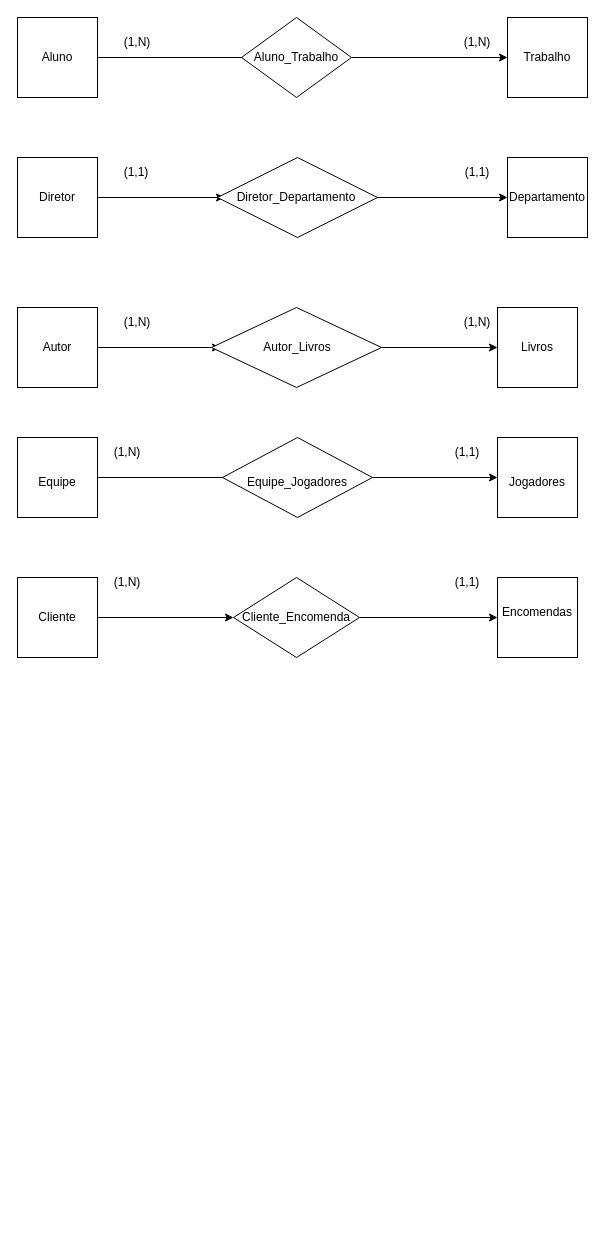
The draw.io diagram Diagrama sem nome.drawio in LittleLucas155/BancoDeDados, before the edit. Source tidied: cells renumbered, new cells numbered last; positions are measured from the earlier drawing's top-left corner, leaving out a move shared by most shapes. Both pictures are drawn from the tidied source at 100%, with x=0, y=0 at pixel (17, 17).
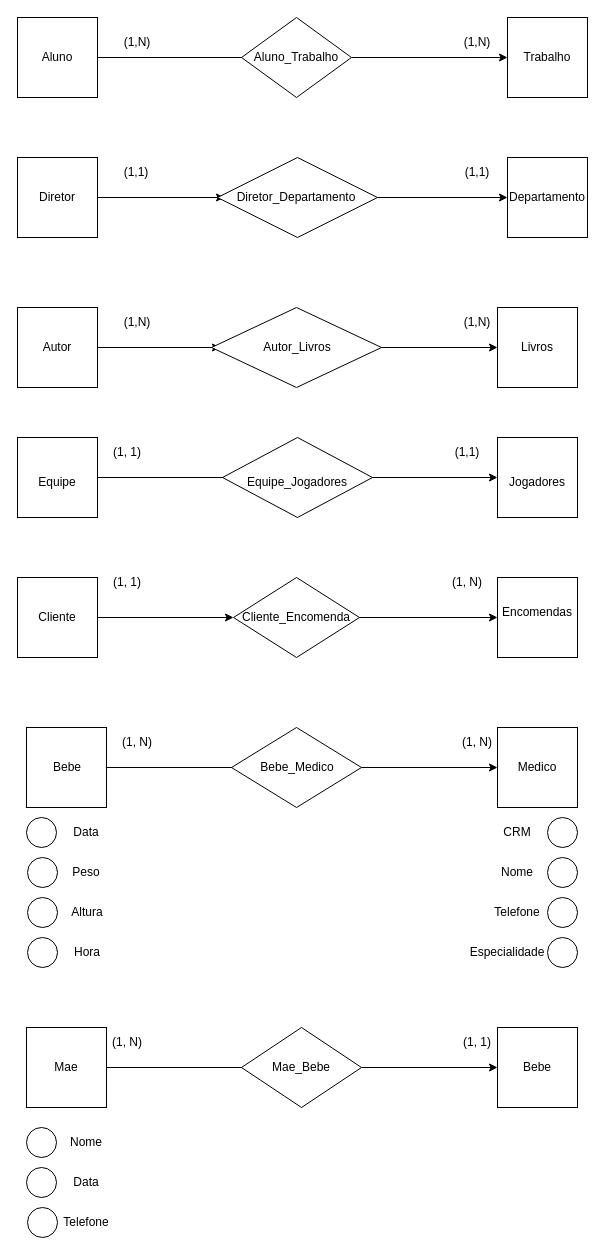
The same diagram, later.

What changed in the source:
```diff
@@
-    <mxCell id="47" value="(1,N)" style="text;html=1;strokeColor=none;fillColor=none;align=center;verticalAlign=middle;whiteSpace=wrap;rounded=0;" parent="1" vertex="1">
+    <mxCell id="47" value="(1, 1)" style="text;html=1;strokeColor=none;fillColor=none;align=center;verticalAlign=middle;whiteSpace=wrap;rounded=0;" parent="1" vertex="1">
       <mxGeometry x="80" y="420" width="60" height="30" as="geometry" />
     </mxCell>
-    <mxCell id="48" value="(1,N)" style="text;html=1;strokeColor=none;fillColor=none;align=center;verticalAlign=middle;whiteSpace=wrap;rounded=0;" parent="1" vertex="1">
+    <mxCell id="48" value="(1, 1)" style="text;html=1;strokeColor=none;fillColor=none;align=center;verticalAlign=middle;whiteSpace=wrap;rounded=0;" parent="1" vertex="1">
       <mxGeometry x="80" y="550" width="60" height="30" as="geometry" />
     </mxCell>
-    <mxCell id="49" value="(1,1)" style="text;html=1;strokeColor=none;fillColor=none;align=center;verticalAlign=middle;whiteSpace=wrap;rounded=0;" parent="1" vertex="1">
+    <mxCell id="49" value="(1, N)" style="text;html=1;strokeColor=none;fillColor=none;align=center;verticalAlign=middle;whiteSpace=wrap;rounded=0;" parent="1" vertex="1">
       <mxGeometry x="420" y="550" width="60" height="30" as="geometry" />
     </mxCell>
+    <mxCell id="50" style="edgeStyle=orthogonalEdgeStyle;rounded=0;jettySize=auto;html=1;exitX=1;exitY=0.5;exitDx=0;exitDy=0;entryX=0.123;entryY=0.5;entryDx=0;entryDy=0;entryPerimeter=0;" parent="1" edge="1" source="51" target="67">
+      <mxGeometry relative="1" as="geometry" />
+    </mxCell>
+    <mxCell id="51" style="whiteSpace=wrap;html=1;" parent="1" vertex="1">
+      <mxGeometry x="9" y="710" width="80" height="80" as="geometry" />
+    </mxCell>
+    <mxCell id="52" value="Bebe" style="text;html=1;strokeColor=none;fillColor=none;align=center;verticalAlign=middle;whiteSpace=wrap;rounded=0;" parent="1" vertex="1">
+      <mxGeometry x="20" y="735" width="60" height="30" as="geometry" />
+    </mxCell>
+    <mxCell id="53" style="edgeStyle=orthogonalEdgeStyle;rounded=0;jettySize=auto;html=1;exitX=1;exitY=0.5;exitDx=0;exitDy=0;entryX=0.133;entryY=0.5;entryDx=0;entryDy=0;entryPerimeter=0;" parent="1" edge="1" source="54" target="79">
+      <mxGeometry relative="1" as="geometry" />
+    </mxCell>
+    <mxCell id="54" style="whiteSpace=wrap;html=1;" parent="1" vertex="1">
+      <mxGeometry x="9" y="1010" width="80" height="80" as="geometry" />
+    </mxCell>
+    <mxCell id="55" value="Mae" style="text;html=1;strokeColor=none;fillColor=none;align=center;verticalAlign=middle;whiteSpace=wrap;rounded=0;" parent="1" vertex="1">
+      <mxGeometry x="19" y="1035" width="60" height="30" as="geometry" />
+    </mxCell>
+    <mxCell id="56" style="whiteSpace=wrap;html=1;" parent="1" vertex="1">
+      <mxGeometry x="480" y="710" width="80" height="80" as="geometry" />
+    </mxCell>
+    <mxCell id="57" value="Medico" style="text;html=1;strokeColor=none;fillColor=none;align=center;verticalAlign=middle;whiteSpace=wrap;rounded=0;" parent="1" vertex="1">
+      <mxGeometry x="490" y="735" width="60" height="30" as="geometry" />
+    </mxCell>
+    <mxCell id="58" style="ellipse;whiteSpace=wrap;html=1;" parent="1" vertex="1">
+      <mxGeometry x="9" y="800" width="30" height="30" as="geometry" />
+    </mxCell>
+    <mxCell id="59" style="ellipse;whiteSpace=wrap;html=1;" parent="1" vertex="1">
+      <mxGeometry x="10" y="840" width="30" height="30" as="geometry" />
+    </mxCell>
+    <mxCell id="60" style="ellipse;whiteSpace=wrap;html=1;" parent="1" vertex="1">
+      <mxGeometry x="10" y="880" width="30" height="30" as="geometry" />
+    </mxCell>
+    <mxCell id="61" style="ellipse;whiteSpace=wrap;html=1;" parent="1" vertex="1">
+      <mxGeometry x="10" y="920" width="30" height="30" as="geometry" />
+    </mxCell>
+    <mxCell id="62" value="Data" style="text;html=1;strokeColor=none;fillColor=none;align=center;verticalAlign=middle;whiteSpace=wrap;rounded=0;" parent="1" vertex="1">
+      <mxGeometry x="39" y="800" width="60" height="30" as="geometry" />
+    </mxCell>
+    <mxCell id="63" value="Peso" style="text;html=1;strokeColor=none;fillColor=none;align=center;verticalAlign=middle;whiteSpace=wrap;rounded=0;" parent="1" vertex="1">
+      <mxGeometry x="39" y="840" width="60" height="30" as="geometry" />
+    </mxCell>
+    <mxCell id="64" value="Altura" style="text;html=1;strokeColor=none;fillColor=none;align=center;verticalAlign=middle;whiteSpace=wrap;rounded=0;" parent="1" vertex="1">
+      <mxGeometry x="40" y="880" width="60" height="30" as="geometry" />
+    </mxCell>
+    <mxCell id="65" value="Hora" style="text;html=1;strokeColor=none;fillColor=none;align=center;verticalAlign=middle;whiteSpace=wrap;rounded=0;" parent="1" vertex="1">
+      <mxGeometry x="40" y="920" width="60" height="30" as="geometry" />
+    </mxCell>
+    <mxCell id="66" style="edgeStyle=orthogonalEdgeStyle;rounded=0;jettySize=auto;html=1;exitX=1;exitY=0.5;exitDx=0;exitDy=0;entryX=0;entryY=0.5;entryDx=0;entryDy=0;" parent="1" edge="1" source="67" target="56">
+      <mxGeometry relative="1" as="geometry" />
+    </mxCell>
+    <mxCell id="67" style="rhombus;whiteSpace=wrap;html=1;" parent="1" vertex="1">
+      <mxGeometry x="214" y="710" width="130" height="80" as="geometry" />
+    </mxCell>
+    <mxCell id="68" value="Bebe_Medico" style="text;html=1;strokeColor=none;fillColor=none;align=center;verticalAlign=middle;whiteSpace=wrap;rounded=0;" parent="1" vertex="1">
+      <mxGeometry x="250" y="735" width="60" height="30" as="geometry" />
+    </mxCell>
+    <mxCell id="69" style="ellipse;whiteSpace=wrap;html=1;" parent="1" vertex="1">
+      <mxGeometry x="530" y="920" width="30" height="30" as="geometry" />
+    </mxCell>
+    <mxCell id="70" style="ellipse;whiteSpace=wrap;html=1;" parent="1" vertex="1">
+      <mxGeometry x="530" y="880" width="30" height="30" as="geometry" />
+    </mxCell>
+    <mxCell id="71" style="ellipse;whiteSpace=wrap;html=1;" parent="1" vertex="1">
+      <mxGeometry x="530" y="840" width="30" height="30" as="geometry" />
+    </mxCell>
+    <mxCell id="72" style="ellipse;whiteSpace=wrap;html=1;" parent="1" vertex="1">
+      <mxGeometry x="530" y="800" width="30" height="30" as="geometry" />
+    </mxCell>
+    <mxCell id="73" value="CRM" style="text;html=1;strokeColor=none;fillColor=none;align=center;verticalAlign=middle;whiteSpace=wrap;rounded=0;" parent="1" vertex="1">
+      <mxGeometry x="470" y="800" width="60" height="30" as="geometry" />
+    </mxCell>
+    <mxCell id="74" value="Nome" style="text;html=1;strokeColor=none;fillColor=none;align=center;verticalAlign=middle;whiteSpace=wrap;rounded=0;" parent="1" vertex="1">
+      <mxGeometry x="470" y="840" width="60" height="30" as="geometry" />
+    </mxCell>
+    <mxCell id="75" value="Telefone" style="text;html=1;strokeColor=none;fillColor=none;align=center;verticalAlign=middle;whiteSpace=wrap;rounded=0;" parent="1" vertex="1">
+      <mxGeometry x="470" y="880" width="60" height="30" as="geometry" />
+    </mxCell>
+    <mxCell id="76" value="Especialidade" style="text;html=1;strokeColor=none;fillColor=none;align=center;verticalAlign=middle;whiteSpace=wrap;rounded=0;" parent="1" vertex="1">
+      <mxGeometry x="460" y="920" width="60" height="30" as="geometry" />
+    </mxCell>
+    <mxCell id="77" value="Bebe" style="whiteSpace=wrap;html=1;" parent="1" vertex="1">
+      <mxGeometry x="480" y="1010" width="80" height="80" as="geometry" />
+    </mxCell>
+    <mxCell id="78" style="edgeStyle=orthogonalEdgeStyle;rounded=0;jettySize=auto;html=1;exitX=1;exitY=0.5;exitDx=0;exitDy=0;entryX=0;entryY=0.5;entryDx=0;entryDy=0;" parent="1" edge="1" source="79" target="77">
+      <mxGeometry relative="1" as="geometry" />
+    </mxCell>
+    <mxCell id="79" value="Mae_Bebe" style="rhombus;whiteSpace=wrap;html=1;" parent="1" vertex="1">
+      <mxGeometry x="224" y="1010" width="120" height="80" as="geometry" />
+    </mxCell>
+    <mxCell id="80" style="ellipse;whiteSpace=wrap;html=1;" parent="1" vertex="1">
+      <mxGeometry x="9" y="1110" width="30" height="30" as="geometry" />
+    </mxCell>
+    <mxCell id="81" style="ellipse;whiteSpace=wrap;html=1;" parent="1" vertex="1">
+      <mxGeometry x="9" y="1150" width="30" height="30" as="geometry" />
+    </mxCell>
+    <mxCell id="82" style="ellipse;whiteSpace=wrap;html=1;" parent="1" vertex="1">
+      <mxGeometry x="10" y="1190" width="30" height="30" as="geometry" />
+    </mxCell>
+    <mxCell id="83" value="Nome" style="text;html=1;strokeColor=none;fillColor=none;align=center;verticalAlign=middle;whiteSpace=wrap;rounded=0;" parent="1" vertex="1">
+      <mxGeometry x="39" y="1110" width="60" height="30" as="geometry" />
+    </mxCell>
+    <mxCell id="84" value="Data" style="text;html=1;strokeColor=none;fillColor=none;align=center;verticalAlign=middle;whiteSpace=wrap;rounded=0;" parent="1" vertex="1">
+      <mxGeometry x="39" y="1150" width="60" height="30" as="geometry" />
+    </mxCell>
+    <mxCell id="85" value="Telefone" style="text;html=1;strokeColor=none;fillColor=none;align=center;verticalAlign=middle;whiteSpace=wrap;rounded=0;" parent="1" vertex="1">
+      <mxGeometry x="39" y="1190" width="60" height="30" as="geometry" />
+    </mxCell>
+    <mxCell id="86" value="(1, N)" style="text;html=1;strokeColor=none;fillColor=none;align=center;verticalAlign=middle;whiteSpace=wrap;rounded=0;" parent="1" vertex="1">
+      <mxGeometry x="90" y="710" width="60" height="30" as="geometry" />
+    </mxCell>
+    <mxCell id="87" value="(1, N)" style="text;html=1;strokeColor=none;fillColor=none;align=center;verticalAlign=middle;whiteSpace=wrap;rounded=0;" parent="1" vertex="1">
+      <mxGeometry x="430" y="710" width="60" height="30" as="geometry" />
+    </mxCell>
+    <mxCell id="88" value="(1, N)" style="text;html=1;strokeColor=none;fillColor=none;align=center;verticalAlign=middle;whiteSpace=wrap;rounded=0;" parent="1" vertex="1">
+      <mxGeometry x="80" y="1010" width="60" height="30" as="geometry" />
+    </mxCell>
+    <mxCell id="89" value="(1, 1)" style="text;html=1;strokeColor=none;fillColor=none;align=center;verticalAlign=middle;whiteSpace=wrap;rounded=0;" parent="1" vertex="1">
+      <mxGeometry x="430" y="1010" width="60" height="30" as="geometry" />
+    </mxCell>
```
